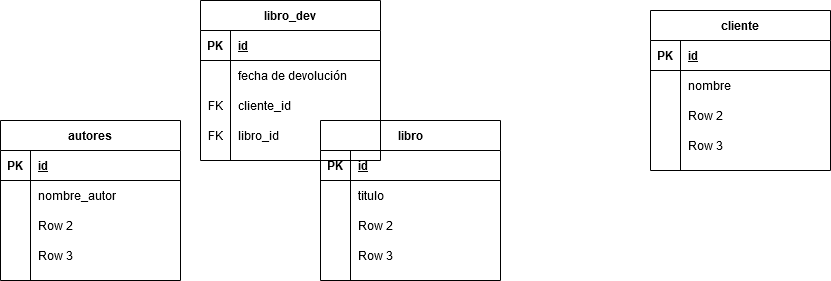
The draw.io diagram Untitled Diagram.png in gilibethvega/libros_normalizacion, before a commit. Source tidied: cells renumbered, new cells last; positions are measured from the earlier drawing's top-left corner, leaving out a move shared by most shapes.
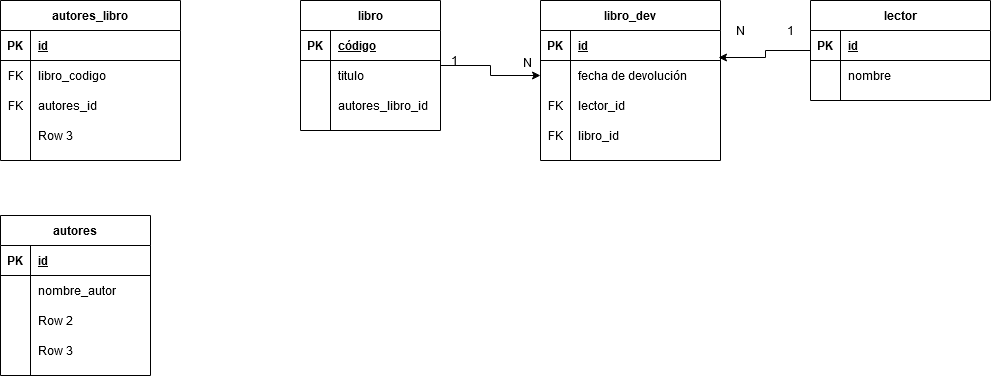
After the change.

Diff of the diagram source:
```diff
@@ -2,52 +2,49 @@
   <root>
     <mxCell id="0" />
     <mxCell id="1" parent="0" />
+    <mxCell id="54" style="edgeStyle=orthogonalEdgeStyle;rounded=0;jettySize=auto;html=1;" parent="1" edge="1" source="2" target="45">
+      <mxGeometry relative="1" as="geometry" />
+    </mxCell>
     <mxCell id="2" value="libro" style="shape=table;startSize=30;rowLines=0;fontStyle=1;align=center;" parent="1" vertex="1">
-      <mxGeometry x="320" y="120" width="180" height="160" as="geometry" />
+      <mxGeometry x="270" y="120" width="140" height="130" as="geometry" />
     </mxCell>
     <mxCell id="3" style="shape=partialRectangle;fillColor=none;top=0;left=0;bottom=1;right=0;" parent="2" vertex="1">
-      <mxGeometry y="30" width="180" height="30" as="geometry" />
+      <mxGeometry y="30" width="140" height="30" as="geometry" />
     </mxCell>
     <mxCell id="4" value="PK" style="shape=partialRectangle;fillColor=none;top=0;left=0;bottom=0;right=0;fontStyle=1;overflow=hidden;" parent="3" vertex="1">
       <mxGeometry width="30" height="30" as="geometry" />
     </mxCell>
-    <mxCell id="5" value="id" style="shape=partialRectangle;fillColor=none;top=0;left=0;bottom=0;right=0;align=left;spacingLeft=6;fontStyle=5;overflow=hidden;" parent="3" vertex="1">
-      <mxGeometry x="30" width="150" height="30" as="geometry" />
+    <mxCell id="5" value="código" style="shape=partialRectangle;fillColor=none;top=0;left=0;bottom=0;right=0;align=left;spacingLeft=6;fontStyle=5;overflow=hidden;" parent="3" vertex="1">
+      <mxGeometry x="30" width="110" height="30" as="geometry" />
     </mxCell>
     <mxCell id="6" style="shape=partialRectangle;fillColor=none;top=0;left=0;bottom=0;right=0;" parent="2" vertex="1">
-      <mxGeometry y="60" width="180" height="30" as="geometry" />
+      <mxGeometry y="60" width="140" height="30" as="geometry" />
     </mxCell>
     <mxCell id="7" style="shape=partialRectangle;fillColor=none;top=0;left=0;bottom=0;right=0;overflow=hidden;" parent="6" vertex="1">
       <mxGeometry width="30" height="30" as="geometry" />
     </mxCell>
     <mxCell id="8" value="titulo" style="shape=partialRectangle;fillColor=none;top=0;left=0;bottom=0;right=0;align=left;spacingLeft=6;overflow=hidden;" parent="6" vertex="1">
-      <mxGeometry x="30" width="150" height="30" as="geometry" />
+      <mxGeometry x="30" width="110" height="30" as="geometry" />
     </mxCell>
-    <mxCell id="9" style="shape=partialRectangle;fillColor=none;top=0;left=0;bottom=0;right=0;" parent="2" vertex="1">
-      <mxGeometry y="90" width="180" height="30" as="geometry" />
-    </mxCell>
-    <mxCell id="10" style="shape=partialRectangle;fillColor=none;top=0;left=0;bottom=0;right=0;overflow=hidden;" parent="9" vertex="1">
-      <mxGeometry width="30" height="30" as="geometry" />
-    </mxCell>
-    <mxCell id="11" value="Row 2" style="shape=partialRectangle;fillColor=none;top=0;left=0;bottom=0;right=0;align=left;spacingLeft=6;overflow=hidden;" parent="9" vertex="1">
-      <mxGeometry x="30" width="150" height="30" as="geometry" />
-    </mxCell>
     <mxCell id="12" style="shape=partialRectangle;fillColor=none;top=0;left=0;bottom=0;right=0;" parent="2" vertex="1">
-      <mxGeometry y="120" width="180" height="30" as="geometry" />
+      <mxGeometry y="90" width="140" height="30" as="geometry" />
     </mxCell>
     <mxCell id="13" style="shape=partialRectangle;fillColor=none;top=0;left=0;bottom=0;right=0;overflow=hidden;" parent="12" vertex="1">
       <mxGeometry width="30" height="30" as="geometry" />
     </mxCell>
-    <mxCell id="14" value="Row 3" style="shape=partialRectangle;fillColor=none;top=0;left=0;bottom=0;right=0;align=left;spacingLeft=6;overflow=hidden;" parent="12" vertex="1">
-      <mxGeometry x="30" width="150" height="30" as="geometry" />
+    <mxCell id="14" value="autores_libro_id" style="shape=partialRectangle;fillColor=none;top=0;left=0;bottom=0;right=0;align=left;spacingLeft=6;overflow=hidden;" parent="12" vertex="1">
+      <mxGeometry x="30" width="110" height="30" as="geometry" />
     </mxCell>
+    <mxCell id="55" style="edgeStyle=orthogonalEdgeStyle;rounded=0;jettySize=auto;html=1;entryX=0.989;entryY=-0.1;entryDx=0;entryDy=0;entryPerimeter=0;" parent="1" edge="1" source="15" target="45">
+      <mxGeometry relative="1" as="geometry" />
+    </mxCell>
-    <mxCell id="15" value="cliente" style="shape=table;startSize=30;rowLines=0;fontStyle=1;align=center;" parent="1" vertex="1">
-      <mxGeometry x="650" y="10" width="180" height="160" as="geometry" />
+    <mxCell id="15" value="lector" style="shape=table;startSize=30;rowLines=0;fontStyle=1;align=center;" parent="1" vertex="1">
+      <mxGeometry x="780" y="120" width="180" height="100" as="geometry" />
     </mxCell>
     <mxCell id="16" style="shape=partialRectangle;fillColor=none;top=0;left=0;bottom=1;right=0;" parent="15" vertex="1">
       <mxGeometry y="30" width="180" height="30" as="geometry" />
     </mxCell>
-    <mxCell id="17" value="PK" style="shape=partialRectangle;fillColor=none;top=0;left=0;bottom=0;right=0;fontStyle=1;overflow=hidden;" parent="16" vertex="1">
+    <mxCell id="17" value="PK" style="shape=partialRectangle;top=0;left=0;bottom=0;right=0;fontStyle=1;overflow=hidden;fillColor=none;" parent="16" vertex="1">
       <mxGeometry width="30" height="30" as="geometry" />
     </mxCell>
     <mxCell id="18" value="id" style="shape=partialRectangle;fillColor=none;top=0;left=0;bottom=0;right=0;align=left;spacingLeft=6;fontStyle=5;overflow=hidden;" parent="16" vertex="1">
@@ -62,65 +59,47 @@
     <mxCell id="21" value="nombre" style="shape=partialRectangle;fillColor=none;top=0;left=0;bottom=0;right=0;align=left;spacingLeft=6;overflow=hidden;" parent="19" vertex="1">
       <mxGeometry x="30" width="150" height="30" as="geometry" />
     </mxCell>
-    <mxCell id="22" style="shape=partialRectangle;fillColor=none;top=0;left=0;bottom=0;right=0;" parent="15" vertex="1">
-      <mxGeometry y="90" width="180" height="30" as="geometry" />
-    </mxCell>
-    <mxCell id="23" style="shape=partialRectangle;fillColor=none;top=0;left=0;bottom=0;right=0;overflow=hidden;" parent="22" vertex="1">
-      <mxGeometry width="30" height="30" as="geometry" />
-    </mxCell>
-    <mxCell id="24" value="Row 2" style="shape=partialRectangle;fillColor=none;top=0;left=0;bottom=0;right=0;align=left;spacingLeft=6;overflow=hidden;" parent="22" vertex="1">
-      <mxGeometry x="30" width="150" height="30" as="geometry" />
-    </mxCell>
-    <mxCell id="25" style="shape=partialRectangle;fillColor=none;top=0;left=0;bottom=0;right=0;" parent="15" vertex="1">
-      <mxGeometry y="120" width="180" height="30" as="geometry" />
-    </mxCell>
-    <mxCell id="26" style="shape=partialRectangle;fillColor=none;top=0;left=0;bottom=0;right=0;overflow=hidden;" parent="25" vertex="1">
-      <mxGeometry width="30" height="30" as="geometry" />
-    </mxCell>
-    <mxCell id="27" value="Row 3" style="shape=partialRectangle;fillColor=none;top=0;left=0;bottom=0;right=0;align=left;spacingLeft=6;overflow=hidden;" parent="25" vertex="1">
-      <mxGeometry x="30" width="150" height="30" as="geometry" />
-    </mxCell>
     <mxCell id="28" value="autores" style="shape=table;startSize=30;rowLines=0;fontStyle=1;align=center;" parent="1" vertex="1">
-      <mxGeometry y="120" width="180" height="160" as="geometry" />
+      <mxGeometry x="-30" y="335" width="150" height="160" as="geometry" />
     </mxCell>
     <mxCell id="29" style="shape=partialRectangle;fillColor=none;top=0;left=0;bottom=1;right=0;" parent="28" vertex="1">
-      <mxGeometry y="30" width="180" height="30" as="geometry" />
+      <mxGeometry y="30" width="150" height="30" as="geometry" />
     </mxCell>
     <mxCell id="30" value="PK" style="shape=partialRectangle;fillColor=none;top=0;left=0;bottom=0;right=0;fontStyle=1;overflow=hidden;" parent="29" vertex="1">
       <mxGeometry width="30" height="30" as="geometry" />
     </mxCell>
     <mxCell id="31" value="id" style="shape=partialRectangle;fillColor=none;top=0;left=0;bottom=0;right=0;align=left;spacingLeft=6;fontStyle=5;overflow=hidden;" parent="29" vertex="1">
-      <mxGeometry x="30" width="150" height="30" as="geometry" />
+      <mxGeometry x="30" width="120" height="30" as="geometry" />
     </mxCell>
     <mxCell id="32" style="shape=partialRectangle;fillColor=none;top=0;left=0;bottom=0;right=0;" parent="28" vertex="1">
-      <mxGeometry y="60" width="180" height="30" as="geometry" />
+      <mxGeometry y="60" width="150" height="30" as="geometry" />
     </mxCell>
     <mxCell id="33" style="shape=partialRectangle;fillColor=none;top=0;left=0;bottom=0;right=0;overflow=hidden;" parent="32" vertex="1">
       <mxGeometry width="30" height="30" as="geometry" />
     </mxCell>
     <mxCell id="34" value="nombre_autor" style="shape=partialRectangle;fillColor=none;top=0;left=0;bottom=0;right=0;align=left;spacingLeft=6;overflow=hidden;" parent="32" vertex="1">
-      <mxGeometry x="30" width="150" height="30" as="geometry" />
+      <mxGeometry x="30" width="120" height="30" as="geometry" />
     </mxCell>
     <mxCell id="35" style="shape=partialRectangle;fillColor=none;top=0;left=0;bottom=0;right=0;" parent="28" vertex="1">
-      <mxGeometry y="90" width="180" height="30" as="geometry" />
+      <mxGeometry y="90" width="150" height="30" as="geometry" />
     </mxCell>
     <mxCell id="36" style="shape=partialRectangle;fillColor=none;top=0;left=0;bottom=0;right=0;overflow=hidden;" parent="35" vertex="1">
       <mxGeometry width="30" height="30" as="geometry" />
     </mxCell>
     <mxCell id="37" value="Row 2" style="shape=partialRectangle;fillColor=none;top=0;left=0;bottom=0;right=0;align=left;spacingLeft=6;overflow=hidden;" parent="35" vertex="1">
-      <mxGeometry x="30" width="150" height="30" as="geometry" />
+      <mxGeometry x="30" width="120" height="30" as="geometry" />
     </mxCell>
     <mxCell id="38" style="shape=partialRectangle;fillColor=none;top=0;left=0;bottom=0;right=0;" parent="28" vertex="1">
-      <mxGeometry y="120" width="180" height="30" as="geometry" />
+      <mxGeometry y="120" width="150" height="30" as="geometry" />
     </mxCell>
     <mxCell id="39" style="shape=partialRectangle;fillColor=none;top=0;left=0;bottom=0;right=0;overflow=hidden;" parent="38" vertex="1">
       <mxGeometry width="30" height="30" as="geometry" />
     </mxCell>
     <mxCell id="40" value="Row 3" style="shape=partialRectangle;fillColor=none;top=0;left=0;bottom=0;right=0;align=left;spacingLeft=6;overflow=hidden;" parent="38" vertex="1">
-      <mxGeometry x="30" width="150" height="30" as="geometry" />
+      <mxGeometry x="30" width="120" height="30" as="geometry" />
     </mxCell>
     <mxCell id="41" value="libro_dev" style="shape=table;startSize=30;rowLines=0;fontStyle=1;align=center;" parent="1" vertex="1">
-      <mxGeometry x="200" width="180" height="160" as="geometry" />
+      <mxGeometry x="510" y="120" width="180" height="160" as="geometry" />
     </mxCell>
     <mxCell id="42" style="shape=partialRectangle;fillColor=none;top=0;left=0;bottom=1;right=0;" parent="41" vertex="1">
       <mxGeometry y="30" width="180" height="30" as="geometry" />
@@ -146,7 +125,7 @@
     <mxCell id="49" value="FK" style="shape=partialRectangle;fillColor=none;top=0;left=0;bottom=0;right=0;overflow=hidden;" parent="48" vertex="1">
       <mxGeometry width="30" height="30" as="geometry" />
     </mxCell>
-    <mxCell id="50" value="cliente_id" style="shape=partialRectangle;fillColor=none;top=0;left=0;bottom=0;right=0;align=left;spacingLeft=6;overflow=hidden;" parent="48" vertex="1">
+    <mxCell id="50" value="lector_id" style="shape=partialRectangle;fillColor=none;top=0;left=0;bottom=0;right=0;align=left;spacingLeft=6;overflow=hidden;" parent="48" vertex="1">
       <mxGeometry x="30" width="150" height="30" as="geometry" />
     </mxCell>
     <mxCell id="51" style="shape=partialRectangle;fillColor=none;top=0;left=0;bottom=0;right=0;" parent="41" vertex="1">
@@ -158,5 +137,56 @@
     <mxCell id="53" value="libro_id" style="shape=partialRectangle;fillColor=none;top=0;left=0;bottom=0;right=0;align=left;spacingLeft=6;overflow=hidden;" parent="51" vertex="1">
       <mxGeometry x="30" width="150" height="30" as="geometry" />
     </mxCell>
+    <mxCell id="56" value="1" style="text;html=1;align=center;verticalAlign=middle;" parent="1" vertex="1">
+      <mxGeometry x="750" y="140" width="20" height="20" as="geometry" />
+    </mxCell>
+    <mxCell id="57" value="N" style="text;html=1;align=center;verticalAlign=middle;" parent="1" vertex="1">
+      <mxGeometry x="700" y="140" width="20" height="20" as="geometry" />
+    </mxCell>
+    <mxCell id="58" value="1" style="text;html=1;align=center;verticalAlign=middle;" parent="1" vertex="1">
+      <mxGeometry x="414" y="170" width="20" height="20" as="geometry" />
+    </mxCell>
+    <mxCell id="59" value="N" style="text;html=1;align=center;verticalAlign=middle;" parent="1" vertex="1">
+      <mxGeometry x="487" y="172" width="20" height="20" as="geometry" />
+    </mxCell>
+    <mxCell id="60" value="autores_libro" style="shape=table;startSize=30;rowLines=0;fontStyle=1;align=center;fillColor=none;" parent="1" vertex="1">
+      <mxGeometry x="-30" y="120" width="180" height="160" as="geometry" />
+    </mxCell>
+    <mxCell id="61" style="shape=partialRectangle;fillColor=none;top=0;left=0;bottom=1;right=0;" parent="60" vertex="1">
+      <mxGeometry y="30" width="180" height="30" as="geometry" />
+    </mxCell>
+    <mxCell id="62" value="PK" style="shape=partialRectangle;fillColor=none;top=0;left=0;bottom=0;right=0;fontStyle=1;overflow=hidden;" parent="61" vertex="1">
+      <mxGeometry width="30" height="30" as="geometry" />
+    </mxCell>
+    <mxCell id="63" value="id" style="shape=partialRectangle;fillColor=none;top=0;left=0;bottom=0;right=0;align=left;spacingLeft=6;fontStyle=5;overflow=hidden;" parent="61" vertex="1">
+      <mxGeometry x="30" width="150" height="30" as="geometry" />
+    </mxCell>
+    <mxCell id="64" style="shape=partialRectangle;fillColor=none;top=0;left=0;bottom=0;right=0;" parent="60" vertex="1">
+      <mxGeometry y="60" width="180" height="30" as="geometry" />
+    </mxCell>
+    <mxCell id="65" value="FK" style="shape=partialRectangle;fillColor=none;top=0;left=0;bottom=0;right=0;overflow=hidden;" parent="64" vertex="1">
+      <mxGeometry width="30" height="30" as="geometry" />
+    </mxCell>
+    <mxCell id="66" value="libro_codigo" style="shape=partialRectangle;fillColor=none;top=0;left=0;bottom=0;right=0;align=left;spacingLeft=6;overflow=hidden;" parent="64" vertex="1">
+      <mxGeometry x="30" width="150" height="30" as="geometry" />
+    </mxCell>
+    <mxCell id="67" style="shape=partialRectangle;fillColor=none;top=0;left=0;bottom=0;right=0;" parent="60" vertex="1">
+      <mxGeometry y="90" width="180" height="30" as="geometry" />
+    </mxCell>
+    <mxCell id="68" value="FK" style="shape=partialRectangle;fillColor=none;top=0;left=0;bottom=0;right=0;overflow=hidden;" parent="67" vertex="1">
+      <mxGeometry width="30" height="30" as="geometry" />
+    </mxCell>
+    <mxCell id="69" value="autores_id" style="shape=partialRectangle;fillColor=none;top=0;left=0;bottom=0;right=0;align=left;spacingLeft=6;overflow=hidden;" parent="67" vertex="1">
+      <mxGeometry x="30" width="150" height="30" as="geometry" />
+    </mxCell>
+    <mxCell id="25" style="shape=partialRectangle;fillColor=none;top=0;left=0;bottom=0;right=0;" parent="60" vertex="1">
+      <mxGeometry y="120" width="180" height="30" as="geometry" />
+    </mxCell>
+    <mxCell id="70" style="shape=partialRectangle;fillColor=none;top=0;left=0;bottom=0;right=0;overflow=hidden;" parent="25" vertex="1">
+      <mxGeometry width="30" height="30" as="geometry" />
+    </mxCell>
+    <mxCell id="27" value="Row 3" style="shape=partialRectangle;fillColor=none;top=0;left=0;bottom=0;right=0;align=left;spacingLeft=6;overflow=hidden;" parent="25" vertex="1">
+      <mxGeometry x="30" width="150" height="30" as="geometry" />
+    </mxCell>
   </root>
 </mxGraphModel>
```
